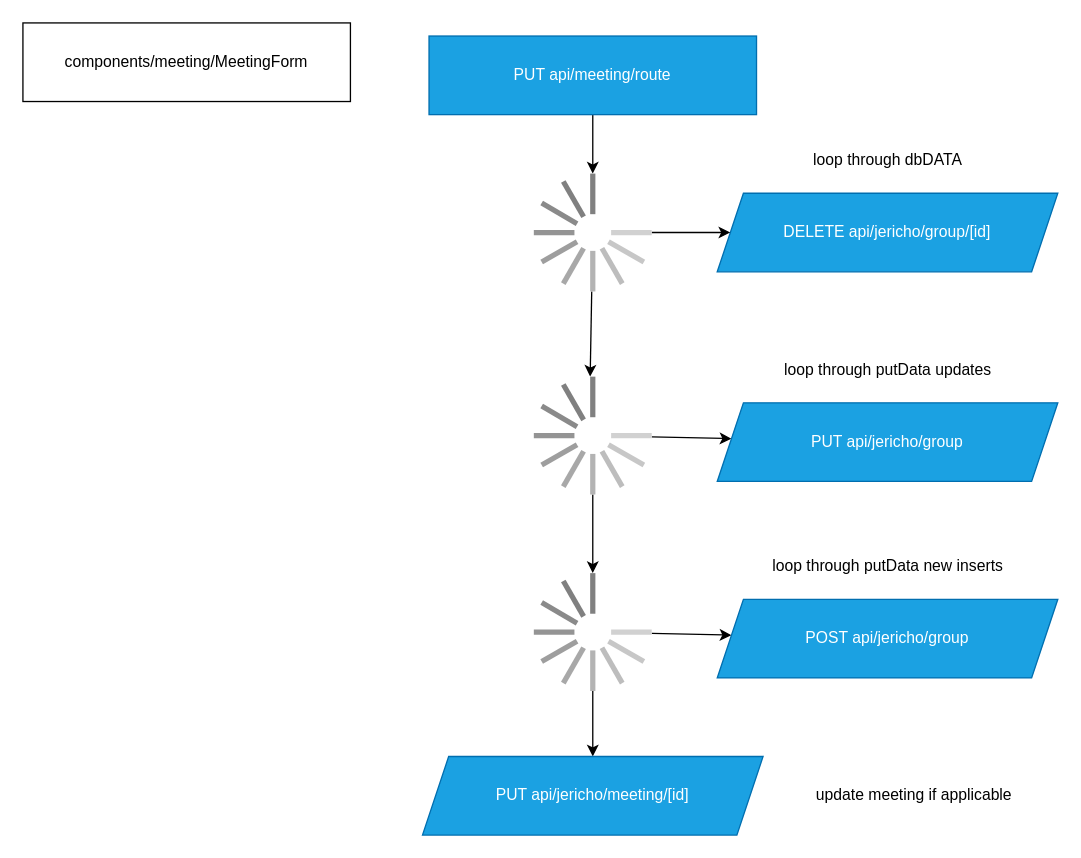
Above: page "Page-2" (2 of 2) of docs/meeterNext-MeetingGroups.drawio in danocolombo/meeterNextjs (draw.io), before the change. Source tidied: cells renumbered, new cells numbered last; positions are measured from the earlier drawing's top-left corner, leaving out a move shared by most shapes. Both pictures are drawn from the tidied source at 131%, with x=0, y=0 at pixel (22, 22).
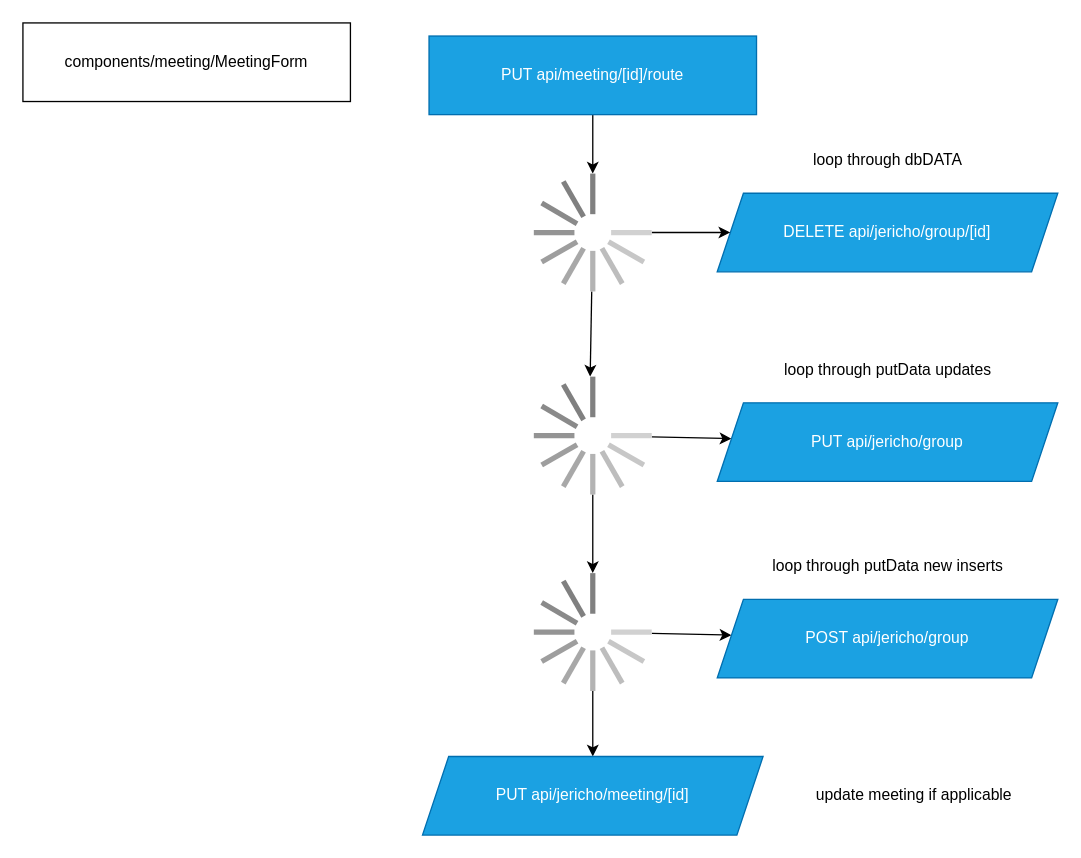
The same page after the edit.

The edit, as a diff of the source:
```diff
@@
-    <mxCell id="4" value="PUT api/meeting/route" style="whiteSpace=wrap;html=1;fillColor=#1ba1e2;fontColor=#ffffff;strokeColor=#006EAF;" parent="1" vertex="1">
+    <mxCell id="4" value="PUT api/meeting/[id]/route" style="whiteSpace=wrap;html=1;fillColor=#1ba1e2;fontColor=#ffffff;strokeColor=#006EAF;" parent="1" vertex="1">
       <mxGeometry x="310" y="10" width="250" height="60" as="geometry" />
     </mxCell>
```
